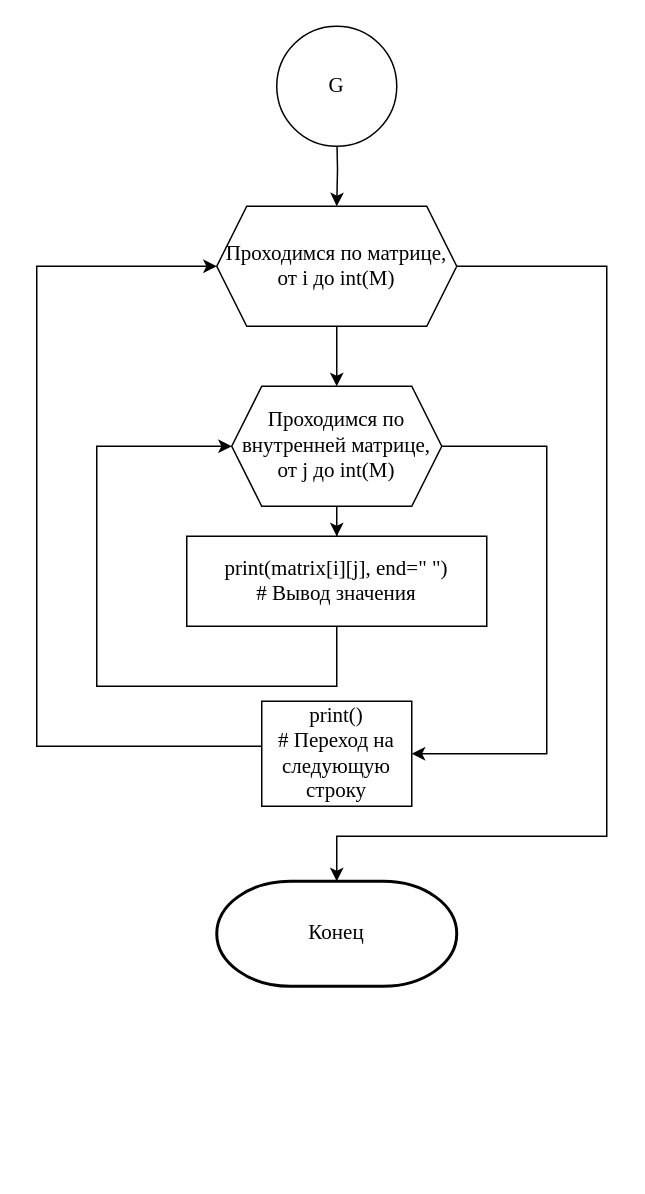
This is page "Страница 9" (9 of 9) of 1 курс/1 семестр/Информатика/Практические работы/12/Диаграмма 12.drawio from Kirill010/RTU-MIREA, a draw.io file, before an edit. Source tidied: cells renumbered, new cells numbered last; positions are measured from the earlier drawing's top-left corner, leaving out a move shared by most shapes. Both pictures are drawn from the tidied source at 150%, with x=0, y=0 at pixel (36, 26).
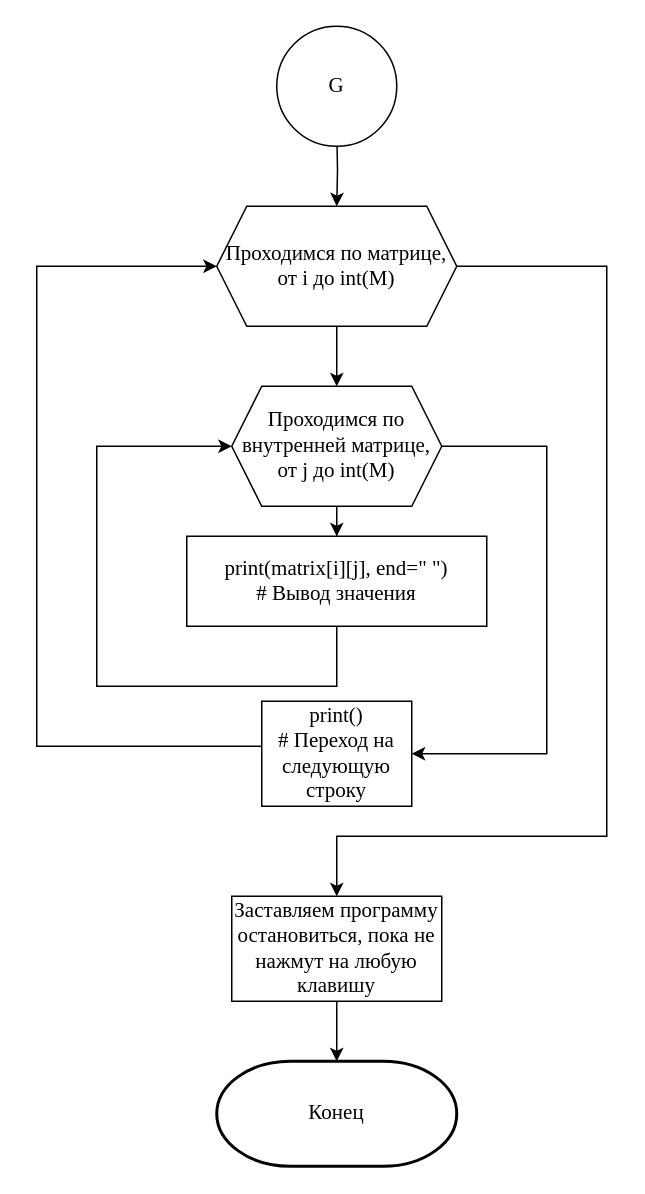
The same diagram, later.

The change refers to these unchanged cells:
```xml
<mxCell id="5" value="Проходимся по матрице, от i до int(M)" style="shape=hexagon;perimeter=hexagonPerimeter2;whiteSpace=wrap;html=1;fixedSize=1;fontFamily=Times New Roman;fontSize=14;" parent="1" vertex="1">
  <mxGeometry x="120" y="120" width="160" height="80" as="geometry" />
</mxCell>
```

What changed in the source:
```diff
@@
-    <mxCell id="4" style="edgeStyle=orthogonalEdgeStyle;rounded=0;jettySize=auto;html=1;fontFamily=Times New Roman;fontSize=14;entryX=0.5;entryY=0;entryDx=0;entryDy=0;entryPerimeter=0;" parent="1" edge="1" source="5" target="13">
+    <mxCell id="4" style="edgeStyle=orthogonalEdgeStyle;rounded=0;jettySize=auto;html=1;fontFamily=Times New Roman;fontSize=14;entryX=0.5;entryY=0;entryDx=0;entryDy=0;" parent="1" edge="1" source="5" target="16">
       <mxGeometry relative="1" as="geometry">
         <Array as="points">
           <mxPoint x="380" y="160" />
           <mxPoint x="380" y="540" />
           <mxPoint x="200" y="540" />
         </Array>
       </mxGeometry>
     </mxCell>
@@
     <mxCell id="13" value="&lt;font style=&quot;font-size: 14px;&quot; face=&quot;Times New Roman&quot;&gt;Конец&lt;/font&gt;" style="strokeWidth=2;html=1;shape=mxgraph.flowchart.terminator;whiteSpace=wrap;" parent="1" vertex="1">
-      <mxGeometry x="120" y="570" width="160" height="70" as="geometry" />
+      <mxGeometry x="120" y="690" width="160" height="70" as="geometry" />
     </mxCell>
@@
+    <mxCell id="15" style="edgeStyle=orthogonalEdgeStyle;rounded=0;jettySize=auto;html=1;entryX=0.5;entryY=0;entryDx=0;entryDy=0;entryPerimeter=0;" parent="1" edge="1" source="16" target="13">
+      <mxGeometry relative="1" as="geometry" />
+    </mxCell>
+    <mxCell id="16" value="&lt;font style=&quot;font-size: 14px;&quot; face=&quot;Times New Roman&quot;&gt;Заставляем программу остановиться, пока не нажмут на любую клавишу&lt;br&gt;&lt;/font&gt;" style="rounded=0;whiteSpace=wrap;html=1;fontFamily=Times New Roman;fontSize=14;" parent="1" vertex="1">
+      <mxGeometry x="130" y="580" width="140" height="70" as="geometry" />
+    </mxCell>
```
